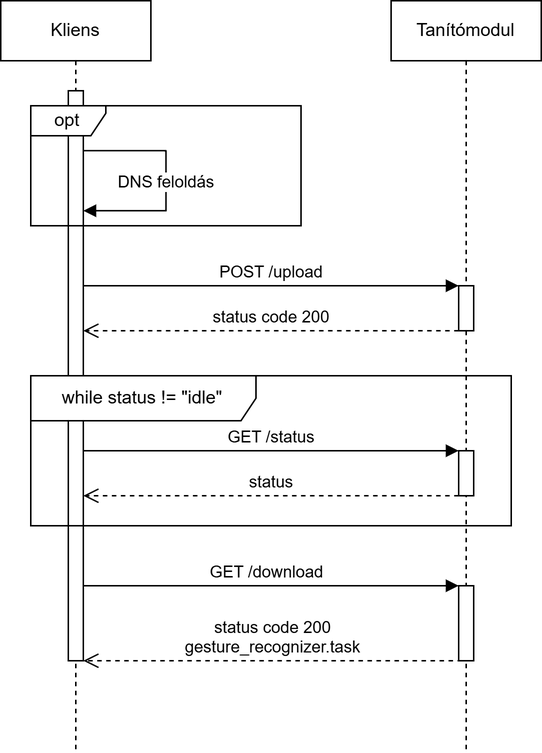
Excal21/GestureBoard keeps this draw.io diagram as Diagramok/Tanítás szekvenciadiagramja.png. Above is the earlier version. Source tidied: cells renumbered, new cells last; positions are measured from the earlier drawing's top-left corner, leaving out a move shared by most shapes.
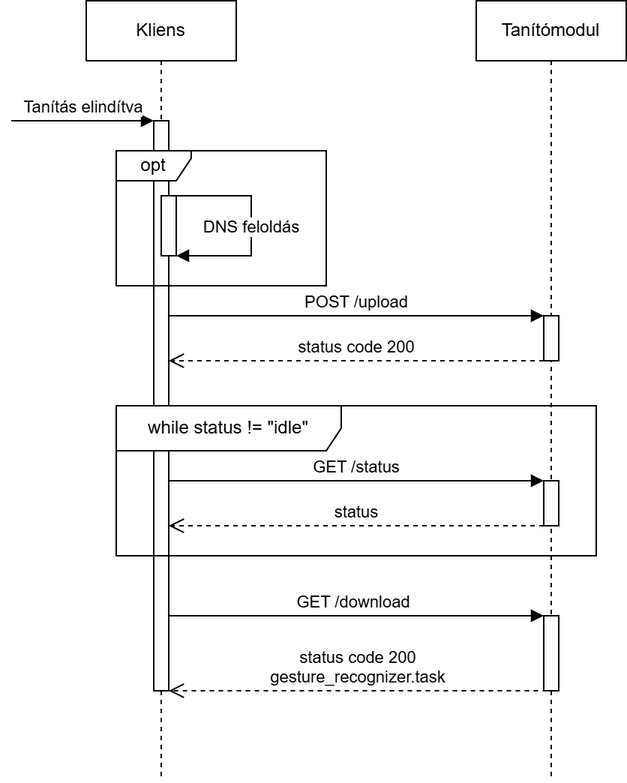
The same file after the commit.

What changed in the source:
```diff
@@ -39,38 +39,45 @@
       </mxGeometry>
     </mxCell>
     <mxCell id="8" value="Kliens" style="shape=umlLifeline;perimeter=lifelinePerimeter;whiteSpace=wrap;html=1;newEdgeStyle={&quot;edgeStyle&quot;:&quot;elbowEdgeStyle&quot;,&quot;elbow&quot;:&quot;vertical&quot;,&quot;curved&quot;:0,&quot;rounded&quot;:0};" parent="1" vertex="1">
-      <mxGeometry width="100" height="500" as="geometry" />
+      <mxGeometry y="-20" width="100" height="520" as="geometry" />
     </mxCell>
     <mxCell id="9" style="html=1;points=[];perimeter=orthogonalPerimeter;outlineConnect=0;targetShapes=umlLifeline;portConstraint=eastwest;newEdgeStyle={&quot;edgeStyle&quot;:&quot;elbowEdgeStyle&quot;,&quot;elbow&quot;:&quot;vertical&quot;,&quot;curved&quot;:0,&quot;rounded&quot;:0};" parent="8" vertex="1">
-      <mxGeometry x="45" y="60" width="10" height="380" as="geometry" />
+      <mxGeometry x="45" y="80" width="10" height="380" as="geometry" />
     </mxCell>
-    <mxCell id="10" value="DNS feloldás" style="html=1;verticalAlign=bottom;endArrow=block;curved=0;rounded=0;" parent="8" edge="1">
-      <mxGeometry x="0.13" relative="1" as="geometry">
-        <mxPoint x="55" y="100" as="sourcePoint" />
-        <mxPoint x="55" y="140" as="targetPoint" />
+    <mxCell id="10" value="DNS feloldás" style="html=1;verticalAlign=bottom;endArrow=block;curved=0;rounded=0;" parent="8" edge="1" target="18">
+      <mxGeometry x="0.17" relative="1" as="geometry">
+        <mxPoint x="55" y="130" as="sourcePoint" />
         <Array as="points">
-          <mxPoint x="110" y="100" />
-          <mxPoint x="110" y="140" />
+          <mxPoint x="110" y="130" />
+          <mxPoint x="110" y="170" />
         </Array>
       </mxGeometry>
     </mxCell>
     <mxCell id="11" value="Tanítómodul" style="shape=umlLifeline;perimeter=lifelinePerimeter;whiteSpace=wrap;html=1;newEdgeStyle={&quot;edgeStyle&quot;:&quot;elbowEdgeStyle&quot;,&quot;elbow&quot;:&quot;vertical&quot;,&quot;curved&quot;:0,&quot;rounded&quot;:0};" parent="1" vertex="1">
-      <mxGeometry x="260" width="100" height="500" as="geometry" />
+      <mxGeometry x="260" y="-20" width="100" height="520" as="geometry" />
     </mxCell>
     <mxCell id="12" style="html=1;points=[];perimeter=orthogonalPerimeter;outlineConnect=0;targetShapes=umlLifeline;portConstraint=eastwest;newEdgeStyle={&quot;edgeStyle&quot;:&quot;elbowEdgeStyle&quot;,&quot;elbow&quot;:&quot;vertical&quot;,&quot;curved&quot;:0,&quot;rounded&quot;:0};" parent="11" vertex="1">
-      <mxGeometry x="45" y="190" width="10" height="30" as="geometry" />
+      <mxGeometry x="45" y="210" width="10" height="30" as="geometry" />
     </mxCell>
     <mxCell id="13" style="html=1;points=[];perimeter=orthogonalPerimeter;outlineConnect=0;targetShapes=umlLifeline;portConstraint=eastwest;newEdgeStyle={&quot;edgeStyle&quot;:&quot;elbowEdgeStyle&quot;,&quot;elbow&quot;:&quot;vertical&quot;,&quot;curved&quot;:0,&quot;rounded&quot;:0};" parent="11" vertex="1">
-      <mxGeometry x="45" y="390" width="10" height="50" as="geometry" />
+      <mxGeometry x="45" y="410" width="10" height="50" as="geometry" />
     </mxCell>
     <mxCell id="14" value="while status != &quot;idle&quot;" style="shape=umlFrame;whiteSpace=wrap;html=1;width=150;height=30;" parent="1" vertex="1">
       <mxGeometry x="20" y="250" width="320" height="100" as="geometry" />
     </mxCell>
     <mxCell id="15" value="opt" style="shape=umlFrame;whiteSpace=wrap;html=1;width=50;height=20;" parent="1" vertex="1">
-      <mxGeometry x="20" y="70" width="180" height="80" as="geometry" />
+      <mxGeometry x="20" y="80" width="140" height="90" as="geometry" />
     </mxCell>
     <mxCell id="16" style="html=1;perimeter=orthogonalPerimeter;targetShapes=umlLifeline;newEdgeStyle={&quot;edgeStyle&quot;:&quot;elbowEdgeStyle&quot;,&quot;elbow&quot;:&quot;vertical&quot;,&quot;curved&quot;:0,&quot;rounded&quot;:0};" parent="1" vertex="1">
       <mxGeometry x="305" y="300" width="10" height="30" as="geometry" />
     </mxCell>
+    <mxCell id="17" value="Tanítás elindítva" style="html=1;verticalAlign=bottom;endArrow=block;curved=0;rounded=0;" parent="1" edge="1" target="9">
+      <mxGeometry relative="1" as="geometry">
+        <mxPoint x="-50" y="60" as="sourcePoint" />
+      </mxGeometry>
+    </mxCell>
+    <mxCell id="18" style="html=1;points=[[0,0,0,0,5],[0,1,0,0,-5],[1,0,0,0,5],[1,1,0,0,-5]];perimeter=orthogonalPerimeter;outlineConnect=0;targetShapes=umlLifeline;portConstraint=eastwest;newEdgeStyle={&quot;curved&quot;:0,&quot;rounded&quot;:0};" parent="1" vertex="1">
+      <mxGeometry x="50" y="110" width="10" height="40" as="geometry" />
+    </mxCell>
   </root>
 </mxGraphModel>
```
